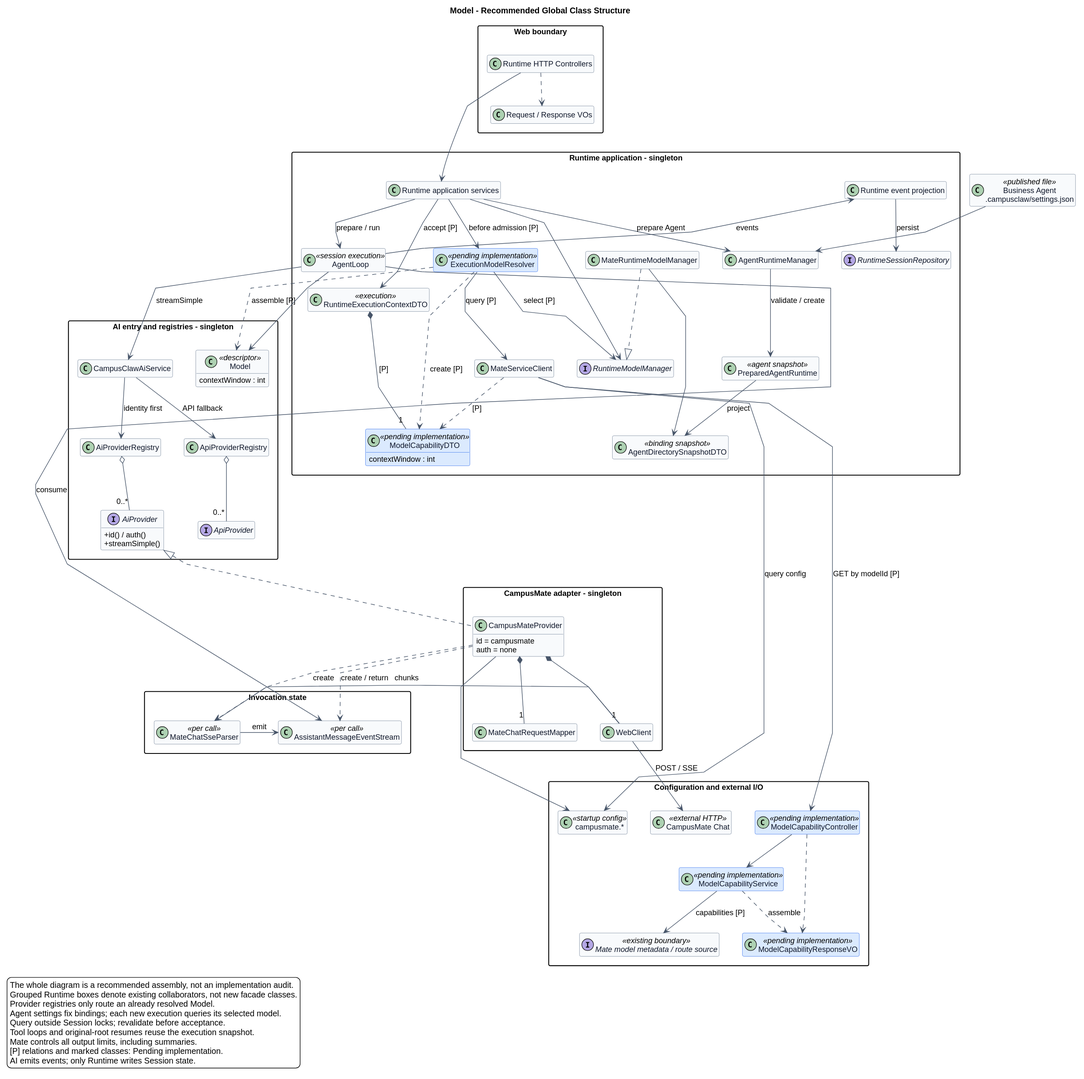
Above: 02-服务与接口/03-Model/model-classes.svg in ssm0808/pi-mono-java-design (PlantUML), before the change.
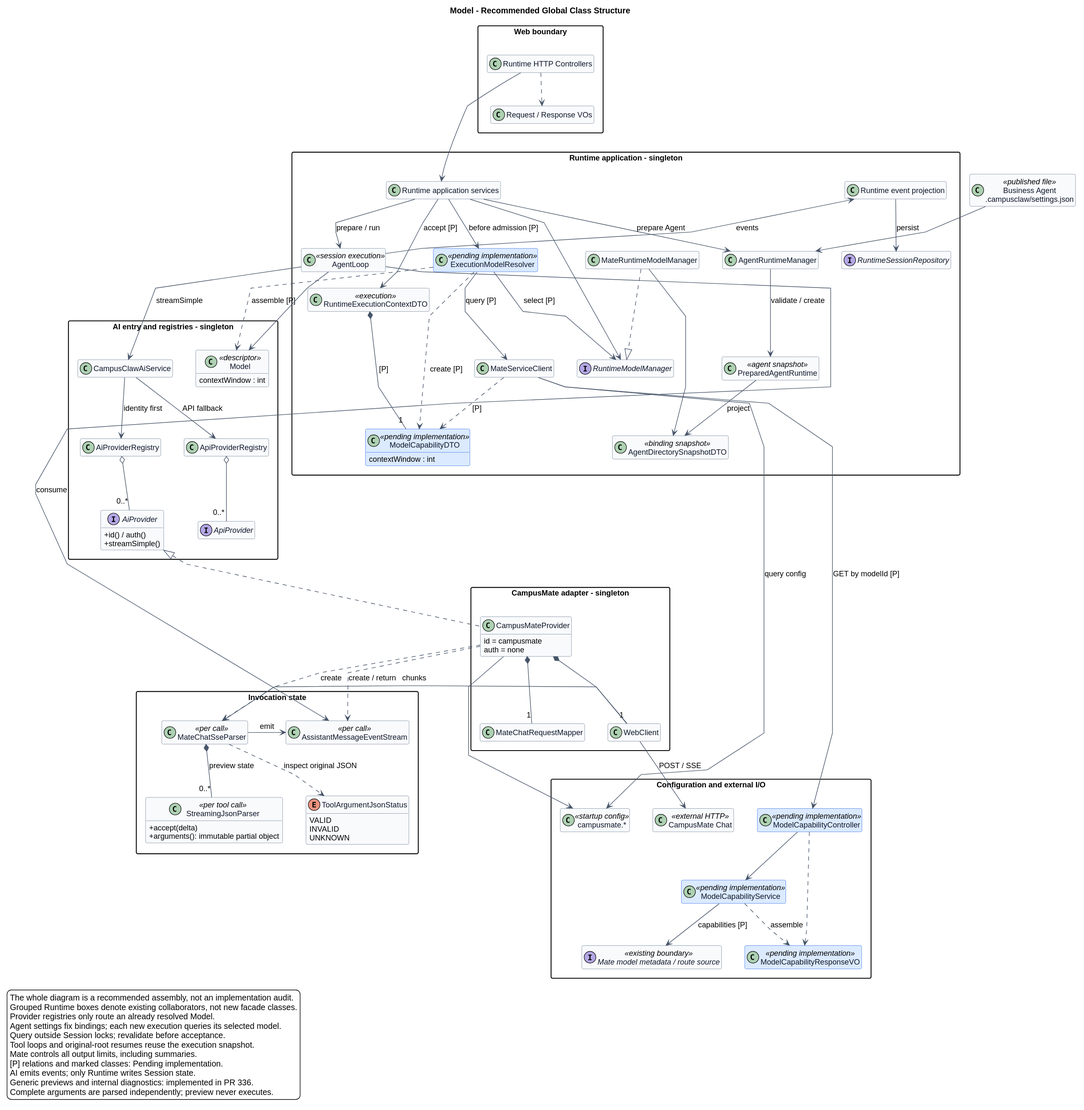
The same file after the commit.

The edit, as a diff of the source:
```diff
@@ -1,4 +1,5 @@
 @startuml
+
 
 skinparam backgroundColor white
 skinparam shadowing false
@@ -68,6 +69,15 @@
 package "Invocation state" as Call {
   class MateChatSseParser <<per call>>
   class AssistantMessageEventStream <<per call>>
+  class StreamingJsonParser <<per tool call>> {
+    +accept(delta)
+    +arguments(): immutable partial object
+  }
+  enum ToolArgumentJsonStatus {
+    VALID
+    INVALID
+    UNKNOWN
+  }
 }
 package "Configuration and external I/O" as IO {
   class "campusmate.*" as Config <<startup config>>
@@ -117,6 +127,8 @@
 CampusMateProvider --> Config
 CampusMateProvider ..> MateChatSseParser : create
 CampusMateProvider ..> AssistantMessageEventStream : create / return
+MateChatSseParser *-- "0..*" StreamingJsonParser : preview state
+MateChatSseParser ..> ToolArgumentJsonStatus : inspect original JSON
 MateChatSseParser --> AssistantMessageEventStream : emit
 AgentLoop -[norank]-> AssistantMessageEventStream : consume
 WebClient --> Chat : POST / SSE
@@ -139,5 +151,7 @@
 Mate controls all output limits, including summaries.
 [P] relations and marked classes: Pending implementation.
 AI emits events; only Runtime writes Session state.
+Generic previews and internal diagnostics: implemented in PR 336.
+Complete arguments are parsed independently; preview never executes.
 endlegend
 @enduml
```
